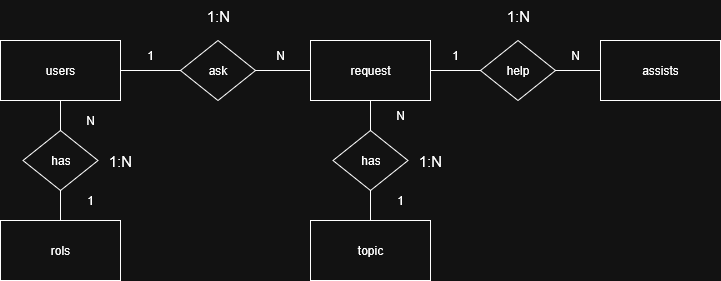
Before: assets/ER-chen-diagram.png, a diagram exported from draw.io (jemb4/project-spring-support-app). Source tidied: cells renumbered, new cells last; positions are measured from the earlier drawing's top-left corner, leaving out a move shared by most shapes. Its diagram source:
```xml
<mxGraphModel>
  <root>
    <mxCell id="0" />
    <mxCell id="1" parent="0" />
    <mxCell id="2" style="edgeStyle=orthogonalEdgeStyle;rounded=0;jettySize=auto;html=1;endArrow=none;endFill=0;" parent="1" edge="1" source="3" target="12">
      <mxGeometry relative="1" as="geometry" />
    </mxCell>
    <mxCell id="3" value="users" style="rounded=0;whiteSpace=wrap;html=1;" parent="1" vertex="1">
      <mxGeometry y="40" width="120" height="60" as="geometry" />
    </mxCell>
    <mxCell id="4" style="edgeStyle=orthogonalEdgeStyle;rounded=0;jettySize=auto;html=1;endArrow=none;endFill=0;" parent="1" edge="1" source="5" target="14">
      <mxGeometry relative="1" as="geometry" />
    </mxCell>
    <mxCell id="5" value="rols" style="rounded=0;whiteSpace=wrap;html=1;" parent="1" vertex="1">
      <mxGeometry y="220" width="120" height="60" as="geometry" />
    </mxCell>
    <mxCell id="6" style="edgeStyle=orthogonalEdgeStyle;rounded=0;jettySize=auto;html=1;endArrow=none;endFill=0;" parent="1" edge="1" source="7" target="10">
      <mxGeometry relative="1" as="geometry" />
    </mxCell>
    <mxCell id="7" value="request" style="rounded=0;whiteSpace=wrap;html=1;" parent="1" vertex="1">
      <mxGeometry x="310" y="40" width="120" height="60" as="geometry" />
    </mxCell>
    <mxCell id="8" value="assists" style="rounded=0;whiteSpace=wrap;html=1;" parent="1" vertex="1">
      <mxGeometry x="600" y="40" width="120" height="60" as="geometry" />
    </mxCell>
    <mxCell id="9" style="edgeStyle=orthogonalEdgeStyle;rounded=0;jettySize=auto;html=1;endArrow=none;endFill=0;" parent="1" edge="1" source="10" target="8">
      <mxGeometry relative="1" as="geometry" />
    </mxCell>
    <mxCell id="10" value="help" style="rhombus;whiteSpace=wrap;html=1;" parent="1" vertex="1">
      <mxGeometry x="480" y="40" width="75" height="60" as="geometry" />
    </mxCell>
    <mxCell id="11" style="edgeStyle=orthogonalEdgeStyle;rounded=0;jettySize=auto;html=1;endArrow=none;endFill=0;" parent="1" edge="1" source="12" target="7">
      <mxGeometry relative="1" as="geometry" />
    </mxCell>
    <mxCell id="12" value="ask" style="rhombus;whiteSpace=wrap;html=1;" parent="1" vertex="1">
      <mxGeometry x="180" y="40" width="75" height="60" as="geometry" />
    </mxCell>
    <mxCell id="13" style="edgeStyle=orthogonalEdgeStyle;rounded=0;jettySize=auto;html=1;endArrow=none;endFill=0;" parent="1" edge="1" source="14" target="3">
      <mxGeometry relative="1" as="geometry" />
    </mxCell>
    <mxCell id="14" value="has" style="rhombus;whiteSpace=wrap;html=1;" parent="1" vertex="1">
      <mxGeometry x="22.5" y="130" width="75" height="60" as="geometry" />
    </mxCell>
    <mxCell id="15" value="&lt;font style=&quot;font-size: 15px;&quot;&gt;1:N&lt;/font&gt;" style="text;html=1;align=center;verticalAlign=middle;whiteSpace=wrap;rounded=0;strokeWidth=3;" parent="1" vertex="1">
      <mxGeometry x="90" y="145" width="60" height="30" as="geometry" />
    </mxCell>
    <mxCell id="16" value="&lt;font style=&quot;font-size: 15px;&quot;&gt;1:N&lt;/font&gt;" style="text;html=1;align=center;verticalAlign=middle;whiteSpace=wrap;rounded=0;strokeWidth=3;" parent="1" vertex="1">
      <mxGeometry x="187.5" width="60" height="30" as="geometry" />
    </mxCell>
    <mxCell id="17" value="&lt;font style=&quot;font-size: 15px;&quot;&gt;1:N&lt;/font&gt;" style="text;html=1;align=center;verticalAlign=middle;whiteSpace=wrap;rounded=0;strokeWidth=3;" parent="1" vertex="1">
      <mxGeometry x="487.5" width="60" height="30" as="geometry" />
    </mxCell>
    <mxCell id="18" value="N" style="text;html=1;align=center;verticalAlign=middle;whiteSpace=wrap;rounded=0;strokeWidth=3;" parent="1" vertex="1">
      <mxGeometry x="250" y="40" width="60" height="30" as="geometry" />
    </mxCell>
    <mxCell id="19" value="1" style="text;html=1;align=center;verticalAlign=middle;whiteSpace=wrap;rounded=0;strokeWidth=3;" parent="1" vertex="1">
      <mxGeometry x="120" y="40" width="60" height="30" as="geometry" />
    </mxCell>
    <mxCell id="20" value="1" style="text;html=1;align=center;verticalAlign=middle;whiteSpace=wrap;rounded=0;strokeWidth=3;" parent="1" vertex="1">
      <mxGeometry x="60" y="180" width="60" height="40" as="geometry" />
    </mxCell>
    <mxCell id="21" value="N" style="text;html=1;align=center;verticalAlign=middle;whiteSpace=wrap;rounded=0;strokeWidth=3;" parent="1" vertex="1">
      <mxGeometry x="60" y="100" width="60" height="40" as="geometry" />
    </mxCell>
    <mxCell id="22" value="N" style="text;html=1;align=center;verticalAlign=middle;whiteSpace=wrap;rounded=0;strokeWidth=3;" parent="1" vertex="1">
      <mxGeometry x="550" y="40" width="50" height="30" as="geometry" />
    </mxCell>
    <mxCell id="23" value="1" style="text;html=1;align=center;verticalAlign=middle;whiteSpace=wrap;rounded=0;strokeWidth=3;" parent="1" vertex="1">
      <mxGeometry x="430" y="40" width="50" height="30" as="geometry" />
    </mxCell>
    <mxCell id="24" style="edgeStyle=orthogonalEdgeStyle;rounded=0;jettySize=auto;html=1;endArrow=none;endFill=0;" parent="1" edge="1" source="25" target="27">
      <mxGeometry relative="1" as="geometry" />
    </mxCell>
    <mxCell id="25" value="topic" style="rounded=0;whiteSpace=wrap;html=1;" parent="1" vertex="1">
      <mxGeometry x="310" y="220" width="120" height="60" as="geometry" />
    </mxCell>
    <mxCell id="26" style="edgeStyle=orthogonalEdgeStyle;rounded=0;jettySize=auto;html=1;endArrow=none;endFill=0;" parent="1" edge="1" source="27" target="7">
      <mxGeometry relative="1" as="geometry" />
    </mxCell>
    <mxCell id="27" value="has" style="rhombus;whiteSpace=wrap;html=1;" parent="1" vertex="1">
      <mxGeometry x="332.5" y="130" width="75" height="60" as="geometry" />
    </mxCell>
    <mxCell id="28" value="&lt;font style=&quot;font-size: 15px;&quot;&gt;1:N&lt;/font&gt;" style="text;html=1;align=center;verticalAlign=middle;whiteSpace=wrap;rounded=0;strokeWidth=3;" parent="1" vertex="1">
      <mxGeometry x="400" y="145" width="60" height="30" as="geometry" />
    </mxCell>
    <mxCell id="29" value="1" style="text;html=1;align=center;verticalAlign=middle;whiteSpace=wrap;rounded=0;strokeWidth=3;" parent="1" vertex="1">
      <mxGeometry x="370" y="180" width="60" height="40" as="geometry" />
    </mxCell>
    <mxCell id="30" value="N" style="text;html=1;align=center;verticalAlign=middle;whiteSpace=wrap;rounded=0;strokeWidth=3;" parent="1" vertex="1">
      <mxGeometry x="370" y="100" width="60" height="30" as="geometry" />
    </mxCell>
  </root>
</mxGraphModel>
```
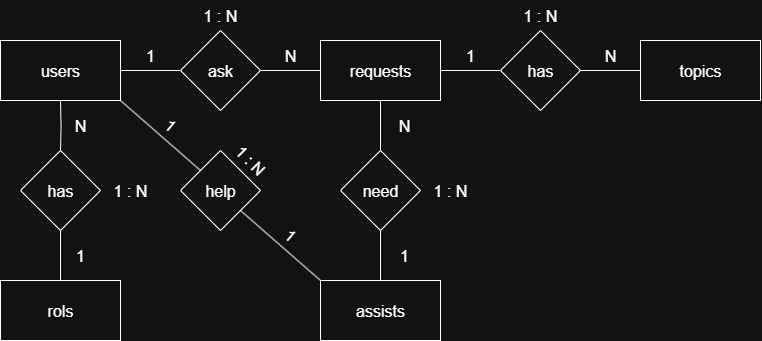
The same diagram one commit later.

What changed in the source:
```diff
@@ -1,93 +1,116 @@
 <mxGraphModel>
   <root>
-    <mxCell id="0" />
-    <mxCell id="1" parent="0" />
-    <mxCell id="2" style="edgeStyle=orthogonalEdgeStyle;rounded=0;jettySize=auto;html=1;endArrow=none;endFill=0;" parent="1" edge="1" source="3" target="12">
-      <mxGeometry relative="1" as="geometry" />
-    </mxCell>
+    <mxCell id="31" />
+    <mxCell id="32" parent="31" />
-    <mxCell id="3" value="users" style="rounded=0;whiteSpace=wrap;html=1;" parent="1" vertex="1">
-      <mxGeometry y="40" width="120" height="60" as="geometry" />
+    <mxCell id="3" value="&lt;font style=&quot;font-size: 16px;&quot;&gt;users&lt;/font&gt;" style="rounded=0;whiteSpace=wrap;html=1;" parent="32" vertex="1">
+      <mxGeometry y="90" width="120" height="60" as="geometry" />
     </mxCell>
-    <mxCell id="4" style="edgeStyle=orthogonalEdgeStyle;rounded=0;jettySize=auto;html=1;endArrow=none;endFill=0;" parent="1" edge="1" source="5" target="14">
-      <mxGeometry relative="1" as="geometry" />
-    </mxCell>
+    <mxCell id="33" style="edgeStyle=orthogonalEdgeStyle;rounded=0;jettySize=auto;html=1;endArrow=none;endFill=0;" parent="32" edge="1" source="36" target="42">
+      <mxGeometry relative="1" as="geometry" />
+    </mxCell>
+    <mxCell id="34" style="edgeStyle=orthogonalEdgeStyle;rounded=0;jettySize=auto;html=1;endArrow=none;endFill=0;" parent="32" edge="1" source="36" target="12">
+      <mxGeometry relative="1" as="geometry" />
+    </mxCell>
+    <mxCell id="35" style="edgeStyle=orthogonalEdgeStyle;rounded=0;jettySize=auto;html=1;endArrow=none;endFill=0;" parent="32" edge="1" source="36" target="40">
+      <mxGeometry relative="1" as="geometry" />
+    </mxCell>
+    <mxCell id="36" value="&lt;span style=&quot;font-size: 16px;&quot;&gt;requests&lt;/span&gt;" style="rounded=0;whiteSpace=wrap;html=1;" parent="32" vertex="1">
+      <mxGeometry x="320" y="90" width="120" height="60" as="geometry" />
+    </mxCell>
+    <mxCell id="37" style="edgeStyle=orthogonalEdgeStyle;rounded=0;jettySize=auto;html=1;endArrow=none;endFill=0;" parent="32" edge="1" source="12" target="3">
+      <mxGeometry relative="1" as="geometry" />
+    </mxCell>
+    <mxCell id="12" value="&lt;span style=&quot;font-size: 16px;&quot;&gt;ask&lt;/span&gt;" style="rhombus;whiteSpace=wrap;html=1;" parent="32" vertex="1">
+      <mxGeometry x="180" y="80" width="80" height="80" as="geometry" />
+    </mxCell>
+    <mxCell id="38" value="&lt;span style=&quot;font-size: 16px;&quot;&gt;topics&lt;/span&gt;" style="rounded=0;whiteSpace=wrap;html=1;" parent="32" vertex="1">
+      <mxGeometry x="640" y="90" width="120" height="60" as="geometry" />
+    </mxCell>
+    <mxCell id="39" style="edgeStyle=orthogonalEdgeStyle;rounded=0;jettySize=auto;html=1;endArrow=none;endFill=0;" parent="32" edge="1" source="40" target="38">
+      <mxGeometry relative="1" as="geometry" />
+    </mxCell>
+    <mxCell id="40" value="&lt;span style=&quot;font-size: 16px;&quot;&gt;has&lt;/span&gt;" style="rhombus;whiteSpace=wrap;html=1;" parent="32" vertex="1">
+      <mxGeometry x="500" y="80" width="80" height="80" as="geometry" />
+    </mxCell>
+    <mxCell id="41" style="edgeStyle=orthogonalEdgeStyle;rounded=0;jettySize=auto;html=1;endArrow=none;endFill=0;" parent="32" edge="1" source="42" target="8">
+      <mxGeometry relative="1" as="geometry" />
+    </mxCell>
+    <mxCell id="42" value="&lt;span style=&quot;font-size: 16px;&quot;&gt;need&lt;/span&gt;" style="rhombus;whiteSpace=wrap;html=1;" parent="32" vertex="1">
+      <mxGeometry x="340" y="200" width="80" height="80" as="geometry" />
+    </mxCell>
+    <mxCell id="8" value="&lt;span style=&quot;font-size: 16px;&quot;&gt;assists&lt;/span&gt;" style="rounded=0;whiteSpace=wrap;html=1;" parent="32" vertex="1">
+      <mxGeometry x="320" y="330" width="120" height="60" as="geometry" />
+    </mxCell>
+    <mxCell id="43" style="edgeStyle=orthogonalEdgeStyle;rounded=0;jettySize=auto;html=1;endArrow=none;endFill=0;" parent="32" edge="1" target="45">
+      <mxGeometry relative="1" as="geometry">
+        <mxPoint x="60" y="150" as="sourcePoint" />
+      </mxGeometry>
+    </mxCell>
+    <mxCell id="44" style="edgeStyle=orthogonalEdgeStyle;rounded=0;jettySize=auto;html=1;endArrow=none;endFill=0;" parent="32" edge="1" source="45" target="5">
+      <mxGeometry relative="1" as="geometry" />
+    </mxCell>
+    <mxCell id="45" value="&lt;span style=&quot;font-size: 16px;&quot;&gt;has&lt;/span&gt;" style="rhombus;whiteSpace=wrap;html=1;" parent="32" vertex="1">
+      <mxGeometry x="20" y="200" width="80" height="80" as="geometry" />
+    </mxCell>
-    <mxCell id="5" value="rols" style="rounded=0;whiteSpace=wrap;html=1;" parent="1" vertex="1">
-      <mxGeometry y="220" width="120" height="60" as="geometry" />
+    <mxCell id="5" value="&lt;span style=&quot;font-size: 16px;&quot;&gt;rols&lt;/span&gt;" style="rounded=0;whiteSpace=wrap;html=1;" parent="32" vertex="1">
+      <mxGeometry y="330" width="120" height="60" as="geometry" />
     </mxCell>
-    <mxCell id="6" style="edgeStyle=orthogonalEdgeStyle;rounded=0;jettySize=auto;html=1;endArrow=none;endFill=0;" parent="1" edge="1" source="7" target="10">
-      <mxGeometry relative="1" as="geometry" />
-    </mxCell>
-    <mxCell id="7" value="request" style="rounded=0;whiteSpace=wrap;html=1;" parent="1" vertex="1">
-      <mxGeometry x="310" y="40" width="120" height="60" as="geometry" />
-    </mxCell>
-    <mxCell id="8" value="assists" style="rounded=0;whiteSpace=wrap;html=1;" parent="1" vertex="1">
-      <mxGeometry x="600" y="40" width="120" height="60" as="geometry" />
-    </mxCell>
-    <mxCell id="9" style="edgeStyle=orthogonalEdgeStyle;rounded=0;jettySize=auto;html=1;endArrow=none;endFill=0;" parent="1" edge="1" source="10" target="8">
-      <mxGeometry relative="1" as="geometry" />
-    </mxCell>
-    <mxCell id="10" value="help" style="rhombus;whiteSpace=wrap;html=1;" parent="1" vertex="1">
-      <mxGeometry x="480" y="40" width="75" height="60" as="geometry" />
+    <mxCell id="10" value="&lt;span style=&quot;font-size: 16px;&quot;&gt;help&lt;/span&gt;" style="rhombus;whiteSpace=wrap;html=1;" parent="32" vertex="1">
+      <mxGeometry x="180" y="200" width="80" height="80" as="geometry" />
     </mxCell>
-    <mxCell id="11" style="edgeStyle=orthogonalEdgeStyle;rounded=0;jettySize=auto;html=1;endArrow=none;endFill=0;" parent="1" edge="1" source="12" target="7">
-      <mxGeometry relative="1" as="geometry" />
-    </mxCell>
-    <mxCell id="12" value="ask" style="rhombus;whiteSpace=wrap;html=1;" parent="1" vertex="1">
-      <mxGeometry x="180" y="40" width="75" height="60" as="geometry" />
-    </mxCell>
-    <mxCell id="13" style="edgeStyle=orthogonalEdgeStyle;rounded=0;jettySize=auto;html=1;endArrow=none;endFill=0;" parent="1" edge="1" source="14" target="3">
-      <mxGeometry relative="1" as="geometry" />
-    </mxCell>
-    <mxCell id="14" value="has" style="rhombus;whiteSpace=wrap;html=1;" parent="1" vertex="1">
-      <mxGeometry x="22.5" y="130" width="75" height="60" as="geometry" />
-    </mxCell>
-    <mxCell id="15" value="&lt;font style=&quot;font-size: 15px;&quot;&gt;1:N&lt;/font&gt;" style="text;html=1;align=center;verticalAlign=middle;whiteSpace=wrap;rounded=0;strokeWidth=3;" parent="1" vertex="1">
-      <mxGeometry x="90" y="145" width="60" height="30" as="geometry" />
-    </mxCell>
-    <mxCell id="16" value="&lt;font style=&quot;font-size: 15px;&quot;&gt;1:N&lt;/font&gt;" style="text;html=1;align=center;verticalAlign=middle;whiteSpace=wrap;rounded=0;strokeWidth=3;" parent="1" vertex="1">
-      <mxGeometry x="187.5" width="60" height="30" as="geometry" />
-    </mxCell>
-    <mxCell id="17" value="&lt;font style=&quot;font-size: 15px;&quot;&gt;1:N&lt;/font&gt;" style="text;html=1;align=center;verticalAlign=middle;whiteSpace=wrap;rounded=0;strokeWidth=3;" parent="1" vertex="1">
-      <mxGeometry x="487.5" width="60" height="30" as="geometry" />
-    </mxCell>
-    <mxCell id="18" value="N" style="text;html=1;align=center;verticalAlign=middle;whiteSpace=wrap;rounded=0;strokeWidth=3;" parent="1" vertex="1">
-      <mxGeometry x="250" y="40" width="60" height="30" as="geometry" />
-    </mxCell>
-    <mxCell id="19" value="1" style="text;html=1;align=center;verticalAlign=middle;whiteSpace=wrap;rounded=0;strokeWidth=3;" parent="1" vertex="1">
-      <mxGeometry x="120" y="40" width="60" height="30" as="geometry" />
-    </mxCell>
-    <mxCell id="20" value="1" style="text;html=1;align=center;verticalAlign=middle;whiteSpace=wrap;rounded=0;strokeWidth=3;" parent="1" vertex="1">
-      <mxGeometry x="60" y="180" width="60" height="40" as="geometry" />
-    </mxCell>
-    <mxCell id="21" value="N" style="text;html=1;align=center;verticalAlign=middle;whiteSpace=wrap;rounded=0;strokeWidth=3;" parent="1" vertex="1">
-      <mxGeometry x="60" y="100" width="60" height="40" as="geometry" />
-    </mxCell>
-    <mxCell id="22" value="N" style="text;html=1;align=center;verticalAlign=middle;whiteSpace=wrap;rounded=0;strokeWidth=3;" parent="1" vertex="1">
-      <mxGeometry x="550" y="40" width="50" height="30" as="geometry" />
-    </mxCell>
-    <mxCell id="23" value="1" style="text;html=1;align=center;verticalAlign=middle;whiteSpace=wrap;rounded=0;strokeWidth=3;" parent="1" vertex="1">
-      <mxGeometry x="430" y="40" width="50" height="30" as="geometry" />
-    </mxCell>
-    <mxCell id="24" style="edgeStyle=orthogonalEdgeStyle;rounded=0;jettySize=auto;html=1;endArrow=none;endFill=0;" parent="1" edge="1" source="25" target="27">
-      <mxGeometry relative="1" as="geometry" />
-    </mxCell>
-    <mxCell id="25" value="topic" style="rounded=0;whiteSpace=wrap;html=1;" parent="1" vertex="1">
-      <mxGeometry x="310" y="220" width="120" height="60" as="geometry" />
-    </mxCell>
-    <mxCell id="26" style="edgeStyle=orthogonalEdgeStyle;rounded=0;jettySize=auto;html=1;endArrow=none;endFill=0;" parent="1" edge="1" source="27" target="7">
-      <mxGeometry relative="1" as="geometry" />
-    </mxCell>
-    <mxCell id="27" value="has" style="rhombus;whiteSpace=wrap;html=1;" parent="1" vertex="1">
-      <mxGeometry x="332.5" y="130" width="75" height="60" as="geometry" />
-    </mxCell>
-    <mxCell id="28" value="&lt;font style=&quot;font-size: 15px;&quot;&gt;1:N&lt;/font&gt;" style="text;html=1;align=center;verticalAlign=middle;whiteSpace=wrap;rounded=0;strokeWidth=3;" parent="1" vertex="1">
-      <mxGeometry x="400" y="145" width="60" height="30" as="geometry" />
-    </mxCell>
-    <mxCell id="29" value="1" style="text;html=1;align=center;verticalAlign=middle;whiteSpace=wrap;rounded=0;strokeWidth=3;" parent="1" vertex="1">
-      <mxGeometry x="370" y="180" width="60" height="40" as="geometry" />
-    </mxCell>
-    <mxCell id="30" value="N" style="text;html=1;align=center;verticalAlign=middle;whiteSpace=wrap;rounded=0;strokeWidth=3;" parent="1" vertex="1">
-      <mxGeometry x="370" y="100" width="60" height="30" as="geometry" />
-    </mxCell>
+    <mxCell id="46" style="endArrow=none;html=1;rounded=0;entryX=1;entryY=1;entryDx=0;entryDy=0;exitX=0;exitY=0;exitDx=0;exitDy=0;" parent="32" edge="1" source="8" target="10">
+      <mxGeometry relative="1" as="geometry" />
+    </mxCell>
+    <mxCell id="47" style="endArrow=none;html=1;rounded=0;entryX=1;entryY=1;entryDx=0;entryDy=0;exitX=0;exitY=0;exitDx=0;exitDy=0;" parent="32" edge="1">
+      <mxGeometry relative="1" as="geometry">
+        <mxPoint x="200" y="220" as="sourcePoint" />
+        <mxPoint x="120" y="150" as="targetPoint" />
+      </mxGeometry>
+    </mxCell>
+    <mxCell id="48" value="&lt;font style=&quot;font-size: 16px;&quot;&gt;1&lt;/font&gt;" style="text;html=1;align=center;verticalAlign=middle;whiteSpace=wrap;rounded=0;" parent="32" vertex="1">
+      <mxGeometry x="120" y="90" width="60" height="30" as="geometry" />
+    </mxCell>
+    <mxCell id="49" value="&lt;font style=&quot;font-size: 16px;&quot;&gt;1&lt;/font&gt;" style="text;html=1;align=center;verticalAlign=middle;whiteSpace=wrap;rounded=0;" parent="32" vertex="1">
+      <mxGeometry x="50" y="290" width="60" height="30" as="geometry" />
+    </mxCell>
+    <mxCell id="50" value="&lt;font style=&quot;font-size: 16px;&quot;&gt;1&lt;/font&gt;" style="text;html=1;align=center;verticalAlign=middle;whiteSpace=wrap;rounded=0;" parent="32" vertex="1">
+      <mxGeometry x="374" y="290" width="60" height="30" as="geometry" />
+    </mxCell>
+    <mxCell id="51" value="&lt;font style=&quot;font-size: 16px;&quot;&gt;1&lt;/font&gt;" style="text;html=1;align=center;verticalAlign=middle;whiteSpace=wrap;rounded=0;rotation=40;" parent="32" vertex="1">
+      <mxGeometry x="260" y="270" width="60" height="30" as="geometry" />
+    </mxCell>
+    <mxCell id="52" value="&lt;font style=&quot;font-size: 16px;&quot;&gt;1&lt;/font&gt;" style="text;html=1;align=center;verticalAlign=middle;whiteSpace=wrap;rounded=0;rotation=40;" parent="32" vertex="1">
+      <mxGeometry x="140" y="160" width="60" height="30" as="geometry" />
+    </mxCell>
+    <mxCell id="53" value="&lt;font style=&quot;font-size: 16px;&quot;&gt;1&lt;/font&gt;" style="text;html=1;align=center;verticalAlign=middle;whiteSpace=wrap;rounded=0;" parent="32" vertex="1">
+      <mxGeometry x="440" y="90" width="60" height="30" as="geometry" />
+    </mxCell>
+    <mxCell id="54" value="&lt;font style=&quot;font-size: 16px;&quot;&gt;N&lt;/font&gt;" style="text;html=1;align=center;verticalAlign=middle;whiteSpace=wrap;rounded=0;" parent="32" vertex="1">
+      <mxGeometry x="580" y="90" width="60" height="30" as="geometry" />
+    </mxCell>
+    <mxCell id="55" value="&lt;font style=&quot;font-size: 16px;&quot;&gt;N&lt;/font&gt;" style="text;html=1;align=center;verticalAlign=middle;whiteSpace=wrap;rounded=0;" parent="32" vertex="1">
+      <mxGeometry x="260" y="90" width="60" height="30" as="geometry" />
+    </mxCell>
+    <mxCell id="56" value="&lt;font style=&quot;font-size: 16px;&quot;&gt;N&lt;/font&gt;" style="text;html=1;align=center;verticalAlign=middle;whiteSpace=wrap;rounded=0;" parent="32" vertex="1">
+      <mxGeometry x="374" y="160" width="60" height="30" as="geometry" />
+    </mxCell>
+    <mxCell id="57" value="&lt;font style=&quot;font-size: 16px;&quot;&gt;N&lt;/font&gt;" style="text;html=1;align=center;verticalAlign=middle;whiteSpace=wrap;rounded=0;" parent="32" vertex="1">
+      <mxGeometry x="50" y="160" width="60" height="30" as="geometry" />
+    </mxCell>
+    <mxCell id="58" value="&lt;font style=&quot;font-size: 16px;&quot;&gt;1 : N&lt;/font&gt;" style="text;html=1;align=center;verticalAlign=middle;whiteSpace=wrap;rounded=0;" parent="32" vertex="1">
+      <mxGeometry x="190" y="50" width="60" height="30" as="geometry" />
+    </mxCell>
+    <mxCell id="59" value="&lt;font style=&quot;font-size: 16px;&quot;&gt;1 : N&lt;/font&gt;" style="text;html=1;align=center;verticalAlign=middle;whiteSpace=wrap;rounded=0;" parent="32" vertex="1">
+      <mxGeometry x="510" y="50" width="60" height="30" as="geometry" />
+    </mxCell>
+    <mxCell id="60" value="&lt;font style=&quot;font-size: 16px;&quot;&gt;1 : N&lt;/font&gt;" style="text;html=1;align=center;verticalAlign=middle;whiteSpace=wrap;rounded=0;" parent="32" vertex="1">
+      <mxGeometry x="420" y="225" width="60" height="30" as="geometry" />
+    </mxCell>
+    <mxCell id="61" value="&lt;font style=&quot;font-size: 16px;&quot;&gt;1 : N&lt;/font&gt;" style="text;html=1;align=center;verticalAlign=middle;whiteSpace=wrap;rounded=0;" parent="32" vertex="1">
+      <mxGeometry x="100" y="225" width="60" height="30" as="geometry" />
+    </mxCell>
+    <mxCell id="62" value="&lt;font style=&quot;font-size: 16px;&quot;&gt;1 : N&lt;/font&gt;" style="text;html=1;align=center;verticalAlign=middle;whiteSpace=wrap;rounded=0;rotation=45;" parent="32" vertex="1">
+      <mxGeometry x="220" y="195" width="60" height="30" as="geometry" />
+    </mxCell>
   </root>
 </mxGraphModel>
```
